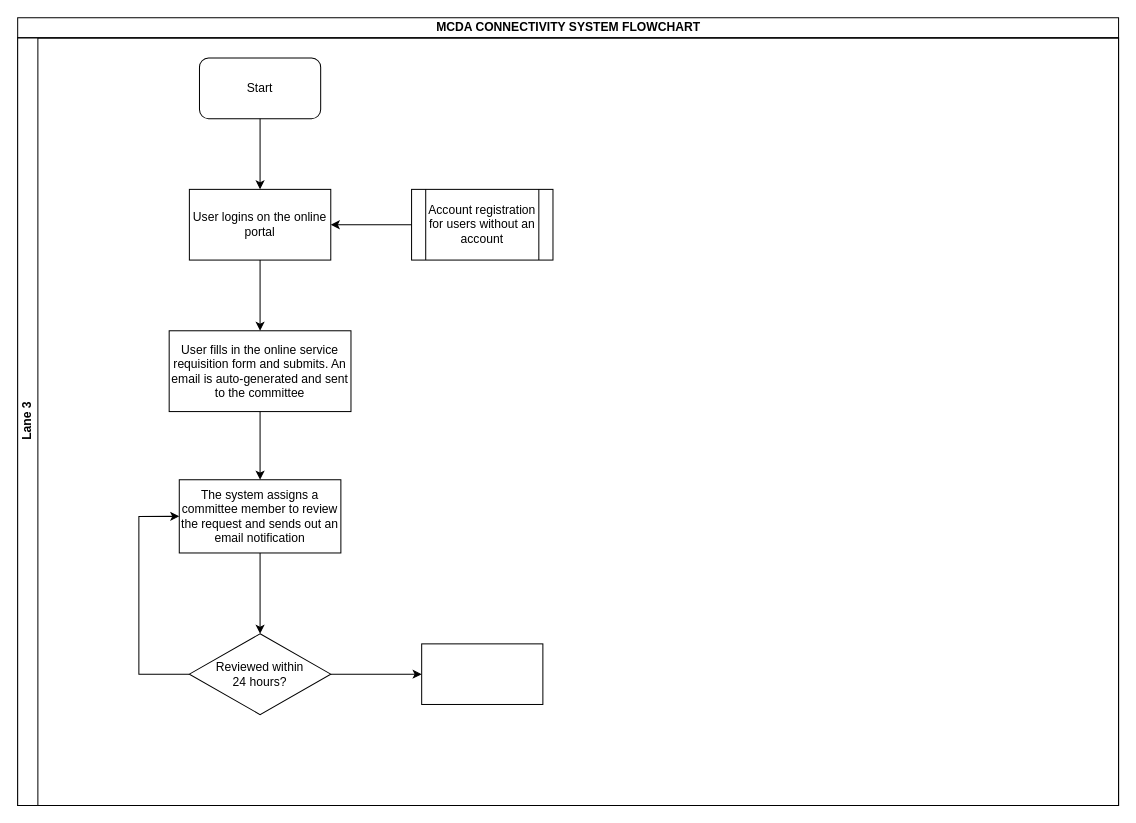
Earlier version of the draw.io diagram ICTA-MCDA Connectivity Diagram.drawio (kmagua/flowcharts). Source tidied: cells renumbered, new cells numbered last; positions are measured from the earlier drawing's top-left corner, leaving out a move shared by most shapes. Both pictures are drawn from the tidied source at 101%, with x=0, y=0 at pixel (17, 17).
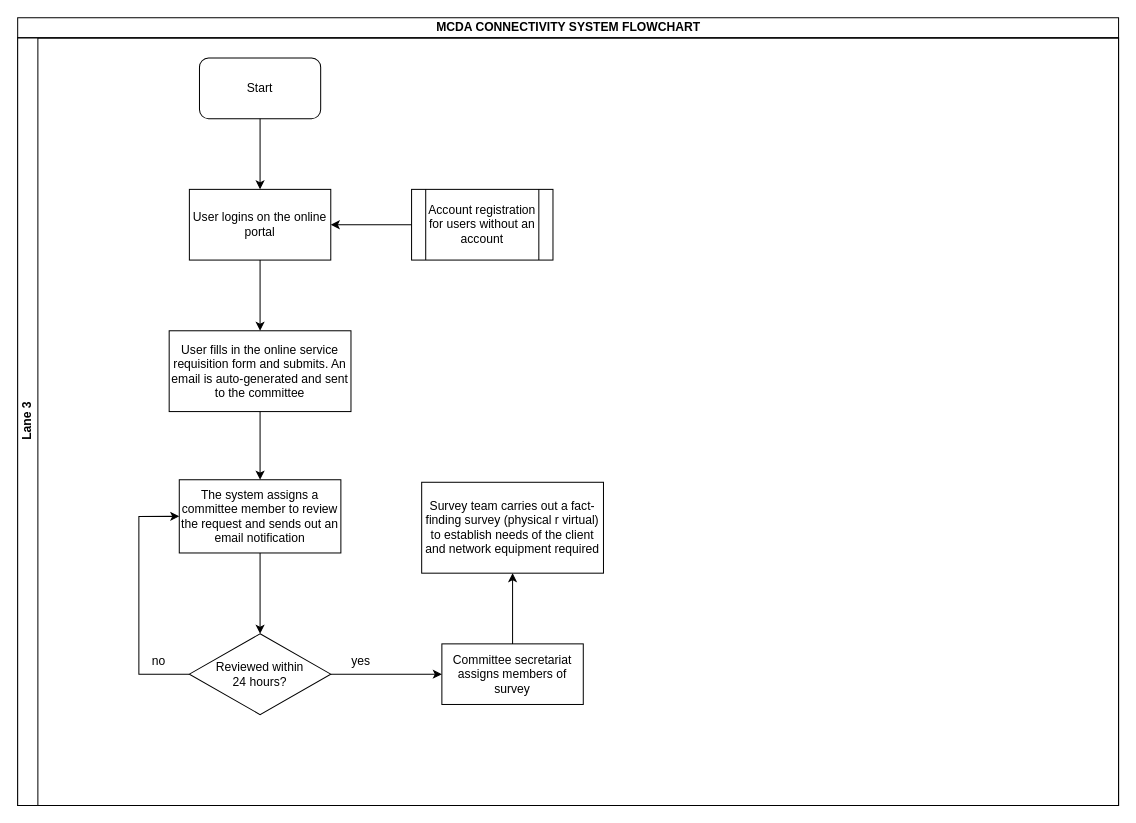
Above is the later version.

Unchanged cells that the change refers to:
```xml
<mxCell id="3" value="Lane 3" style="swimlane;html=1;startSize=20;horizontal=0;" parent="2" vertex="1">
  <mxGeometry y="20" width="1090" height="760" as="geometry" />
</mxCell>
<mxCell id="10" value="&lt;div&gt;Reviewed within&lt;/div&gt;&lt;div&gt; 24 hours?&lt;/div&gt;" style="rhombus;whiteSpace=wrap;html=1;" parent="3" vertex="1">
  <mxGeometry x="170" y="590" width="140" height="80" as="geometry" />
</mxCell>
```

Change to the diagram source:
```diff
@@
+    <mxCell id="18" value="no" style="text;html=1;strokeColor=none;fillColor=none;align=center;verticalAlign=middle;whiteSpace=wrap;rounded=0;" parent="3" vertex="1">
+      <mxGeometry x="120" y="607" width="40" height="20" as="geometry" />
+    </mxCell>
+    <mxCell id="19" value="yes" style="text;html=1;strokeColor=none;fillColor=none;align=center;verticalAlign=middle;whiteSpace=wrap;rounded=0;" parent="3" vertex="1">
+      <mxGeometry x="320" y="607" width="40" height="20" as="geometry" />
+    </mxCell>
+    <mxCell id="15" value="Survey team carries out a fact-finding survey (physical r virtual) to establish needs of the client and network equipment required" style="whiteSpace=wrap;html=1;" parent="3" vertex="1">
+      <mxGeometry x="400" y="440" width="180" height="90" as="geometry" />
+    </mxCell>
+    <mxCell id="20" value="Committee secretariat assigns members of survey" style="whiteSpace=wrap;html=1;" parent="3" vertex="1">
+      <mxGeometry x="420" y="600" width="140" height="60" as="geometry" />
+    </mxCell>
+    <mxCell id="21" style="edgeStyle=orthogonalEdgeStyle;rounded=0;jettySize=auto;html=1;exitX=1;exitY=0.5;exitDx=0;exitDy=0;" parent="3" edge="1" source="10" target="20">
+      <mxGeometry relative="1" as="geometry" />
+    </mxCell>
+    <mxCell id="22" style="edgeStyle=orthogonalEdgeStyle;rounded=0;jettySize=auto;html=1;entryX=0.5;entryY=1;entryDx=0;entryDy=0;" parent="3" edge="1" source="20" target="15">
+      <mxGeometry relative="1" as="geometry" />
+    </mxCell>
@@
-    <mxCell id="15" style="whiteSpace=wrap;html=1;" parent="1" vertex="1">
-      <mxGeometry x="400" y="620" width="120" height="60" as="geometry" />
-    </mxCell>
-    <mxCell id="16" style="edgeStyle=orthogonalEdgeStyle;rounded=0;jettySize=auto;html=1;" parent="1" edge="1" source="10" target="15">
-      <mxGeometry relative="1" as="geometry" />
-    </mxCell>
```
